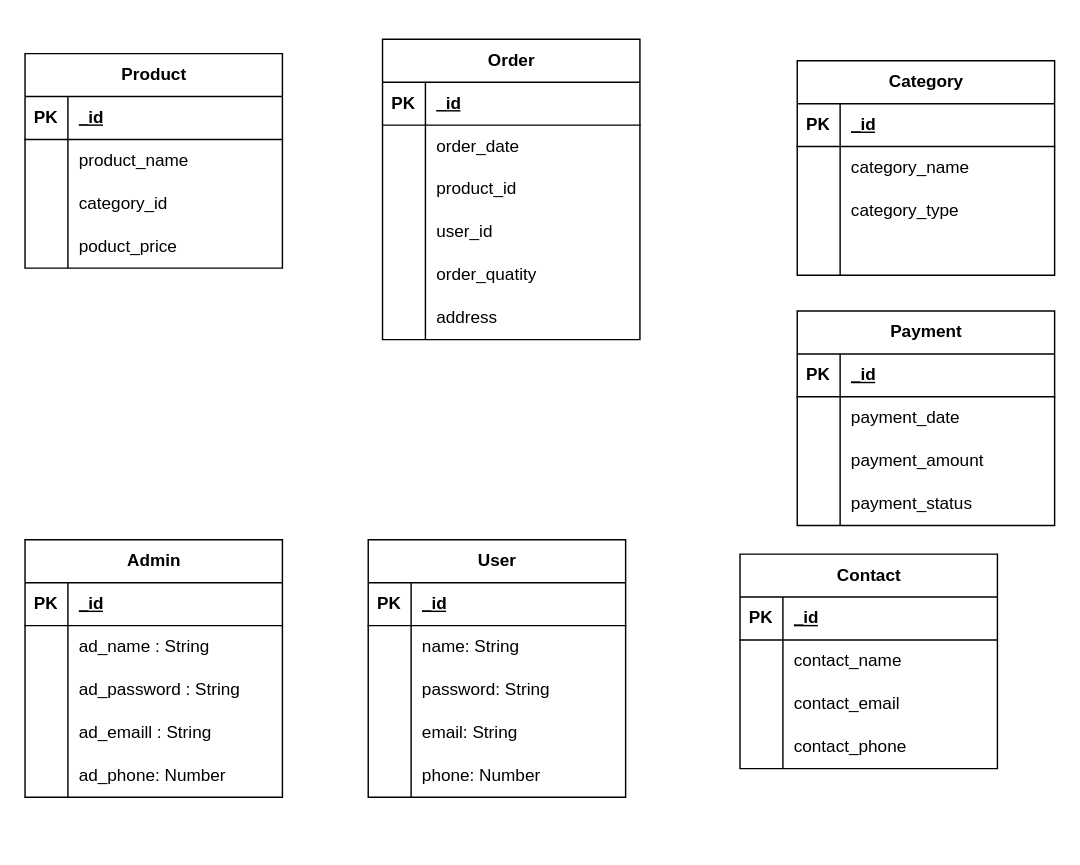
Earlier version of the draw.io diagram Online Shop.drawio (lucvo01/onlineSho-backend). Source tidied: cells renumbered, new cells numbered last; positions are measured from the earlier drawing's top-left corner, leaving out a move shared by most shapes. Both pictures are drawn from the tidied source at 143%, with x=0, y=0 at pixel (24, 39).
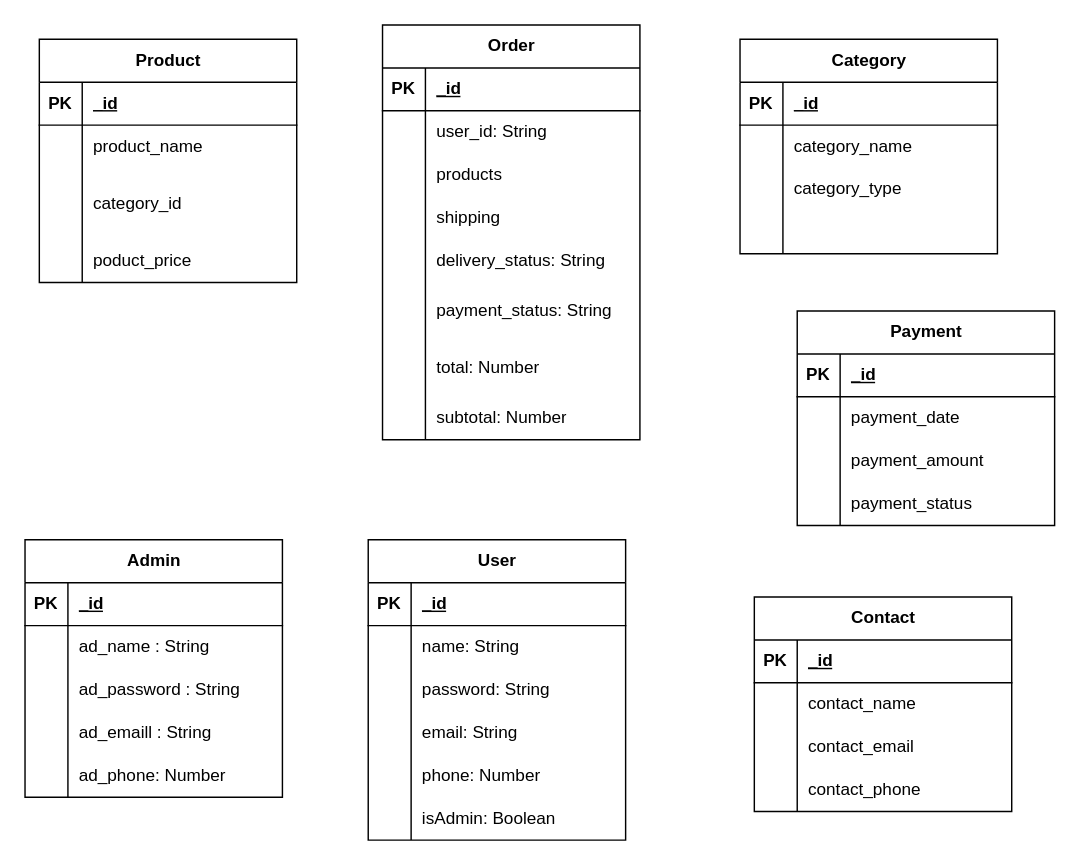
The same page after the edit.

What changed in the source:
```diff
@@
     <mxCell id="2" value="User" style="shape=table;startSize=30;childLayout=tableLayout;rowLines=0;fontStyle=1;align=center;html=1;" parent="1" vertex="1">
-      <mxGeometry x="240" y="350" width="180" height="180" as="geometry" />
+      <mxGeometry x="240" y="350" width="180" height="210" as="geometry" />
     </mxCell>
@@
+    <mxCell id="105" style="shape=tableRow;horizontal=0;startSize=0;swimlaneHead=0;swimlaneBody=0;fillColor=none;top=0;left=0;right=0;bottom=0;" parent="2" vertex="1">
+      <mxGeometry y="180" width="180" height="30" as="geometry" />
+    </mxCell>
+    <mxCell id="106" style="shape=partialRectangle;fillColor=none;top=0;left=0;bottom=0;right=0;overflow=hidden;whiteSpace=wrap;html=1;" parent="105" vertex="1">
+      <mxGeometry width="30" height="30" as="geometry" />
+    </mxCell>
+    <mxCell id="107" value="isAdmin: Boolean" style="shape=partialRectangle;fillColor=none;top=0;left=0;bottom=0;right=0;align=left;spacingLeft=6;overflow=hidden;whiteSpace=wrap;html=1;" parent="105" vertex="1">
+      <mxGeometry x="30" width="150" height="30" as="geometry" />
+    </mxCell>
     <mxCell id="18" value="Product" style="shape=table;startSize=30;childLayout=tableLayout;rowLines=0;fontStyle=1;align=center;html=1;" parent="1" vertex="1">
-      <mxGeometry y="10" width="180" height="150" as="geometry" />
+      <mxGeometry x="10" width="180" height="170" as="geometry" />
     </mxCell>
@@
     <mxCell id="25" style="shape=tableRow;horizontal=0;startSize=0;swimlaneHead=0;swimlaneBody=0;fillColor=none;top=0;left=0;right=0;bottom=0;" parent="18" vertex="1">
-      <mxGeometry y="90" width="180" height="30" as="geometry" />
+      <mxGeometry y="90" width="180" height="50" as="geometry" />
     </mxCell>
     <mxCell id="26" style="shape=partialRectangle;fillColor=none;top=0;left=0;bottom=0;right=0;overflow=hidden;whiteSpace=wrap;html=1;" parent="25" vertex="1">
-      <mxGeometry width="30" height="30" as="geometry" />
+      <mxGeometry width="30" height="50" as="geometry" />
     </mxCell>
     <mxCell id="27" value="category_id" style="shape=partialRectangle;fillColor=none;top=0;left=0;bottom=0;right=0;align=left;spacingLeft=6;overflow=hidden;whiteSpace=wrap;html=1;" parent="25" vertex="1">
-      <mxGeometry x="30" width="150" height="30" as="geometry" />
+      <mxGeometry x="30" width="150" height="50" as="geometry" />
     </mxCell>
     <mxCell id="28" style="shape=tableRow;horizontal=0;startSize=0;swimlaneHead=0;swimlaneBody=0;fillColor=none;top=0;left=0;right=0;bottom=0;" parent="18" vertex="1">
-      <mxGeometry y="120" width="180" height="30" as="geometry" />
+      <mxGeometry y="140" width="180" height="30" as="geometry" />
     </mxCell>
@@
     <mxCell id="31" value="Order" style="shape=table;startSize=30;childLayout=tableLayout;rowLines=0;fontStyle=1;align=center;html=1;" parent="1" vertex="1">
-      <mxGeometry x="250" width="180" height="210" as="geometry" />
+      <mxGeometry x="250" y="-10" width="180" height="290" as="geometry" />
     </mxCell>
@@
-    <mxCell id="35" style="shape=tableRow;horizontal=0;startSize=0;swimlaneHead=0;swimlaneBody=0;fillColor=none;top=0;left=0;right=0;bottom=0;" parent="31" vertex="1">
-      <mxGeometry y="60" width="180" height="30" as="geometry" />
-    </mxCell>
-    <mxCell id="36" style="shape=partialRectangle;fillColor=none;top=0;left=0;bottom=0;right=0;overflow=hidden;whiteSpace=wrap;html=1;" parent="35" vertex="1">
-      <mxGeometry width="30" height="30" as="geometry" />
-    </mxCell>
-    <mxCell id="37" value="order_date" style="shape=partialRectangle;fillColor=none;top=0;left=0;bottom=0;right=0;align=left;spacingLeft=6;overflow=hidden;whiteSpace=wrap;html=1;" parent="35" vertex="1">
-      <mxGeometry x="30" width="150" height="30" as="geometry" />
-    </mxCell>
-    <mxCell id="38" style="shape=tableRow;horizontal=0;startSize=0;swimlaneHead=0;swimlaneBody=0;fillColor=none;top=0;left=0;right=0;bottom=0;" parent="31" vertex="1">
-      <mxGeometry y="90" width="180" height="30" as="geometry" />
-    </mxCell>
-    <mxCell id="39" style="shape=partialRectangle;fillColor=none;top=0;left=0;bottom=0;right=0;overflow=hidden;whiteSpace=wrap;html=1;" parent="38" vertex="1">
-      <mxGeometry width="30" height="30" as="geometry" />
-    </mxCell>
-    <mxCell id="40" value="product_id" style="shape=partialRectangle;fillColor=none;top=0;left=0;bottom=0;right=0;align=left;spacingLeft=6;overflow=hidden;whiteSpace=wrap;html=1;" parent="38" vertex="1">
-      <mxGeometry x="30" width="150" height="30" as="geometry" />
-    </mxCell>
     <mxCell id="41" style="shape=tableRow;horizontal=0;startSize=0;swimlaneHead=0;swimlaneBody=0;fillColor=none;top=0;left=0;right=0;bottom=0;" parent="31" vertex="1">
-      <mxGeometry y="120" width="180" height="30" as="geometry" />
+      <mxGeometry y="60" width="180" height="30" as="geometry" />
     </mxCell>
@@
-    <mxCell id="43" value="user_id" style="shape=partialRectangle;fillColor=none;top=0;left=0;bottom=0;right=0;align=left;spacingLeft=6;overflow=hidden;whiteSpace=wrap;html=1;" parent="41" vertex="1">
+    <mxCell id="43" value="user_id: String" style="shape=partialRectangle;fillColor=none;top=0;left=0;bottom=0;right=0;align=left;spacingLeft=6;overflow=hidden;whiteSpace=wrap;html=1;" parent="41" vertex="1">
       <mxGeometry x="30" width="150" height="30" as="geometry" />
     </mxCell>
     <mxCell id="44" style="shape=tableRow;horizontal=0;startSize=0;swimlaneHead=0;swimlaneBody=0;fillColor=none;top=0;left=0;right=0;bottom=0;" parent="31" vertex="1">
-      <mxGeometry y="150" width="180" height="30" as="geometry" />
+      <mxGeometry y="90" width="180" height="30" as="geometry" />
     </mxCell>
@@
-    <mxCell id="46" value="order_quatity" style="shape=partialRectangle;fillColor=none;top=0;left=0;bottom=0;right=0;align=left;spacingLeft=6;overflow=hidden;whiteSpace=wrap;html=1;" parent="44" vertex="1">
+    <mxCell id="46" value="products" style="shape=partialRectangle;fillColor=none;top=0;left=0;bottom=0;right=0;align=left;spacingLeft=6;overflow=hidden;whiteSpace=wrap;html=1;" parent="44" vertex="1">
       <mxGeometry x="30" width="150" height="30" as="geometry" />
     </mxCell>
     <mxCell id="47" style="shape=tableRow;horizontal=0;startSize=0;swimlaneHead=0;swimlaneBody=0;fillColor=none;top=0;left=0;right=0;bottom=0;" parent="31" vertex="1">
-      <mxGeometry y="180" width="180" height="30" as="geometry" />
+      <mxGeometry y="120" width="180" height="30" as="geometry" />
     </mxCell>
@@
-    <mxCell id="49" value="address" style="shape=partialRectangle;fillColor=none;top=0;left=0;bottom=0;right=0;align=left;spacingLeft=6;overflow=hidden;whiteSpace=wrap;html=1;" parent="47" vertex="1">
+    <mxCell id="49" value="shipping" style="shape=partialRectangle;fillColor=none;top=0;left=0;bottom=0;right=0;align=left;spacingLeft=6;overflow=hidden;whiteSpace=wrap;html=1;" parent="47" vertex="1">
       <mxGeometry x="30" width="150" height="30" as="geometry" />
     </mxCell>
+    <mxCell id="108" style="shape=tableRow;horizontal=0;startSize=0;swimlaneHead=0;swimlaneBody=0;fillColor=none;top=0;left=0;right=0;bottom=0;" parent="31" vertex="1">
+      <mxGeometry y="150" width="180" height="30" as="geometry" />
+    </mxCell>
+    <mxCell id="109" style="shape=partialRectangle;fillColor=none;top=0;left=0;bottom=0;right=0;overflow=hidden;whiteSpace=wrap;html=1;" parent="108" vertex="1">
+      <mxGeometry width="30" height="30" as="geometry" />
+    </mxCell>
+    <mxCell id="110" value="delivery_status: String" style="shape=partialRectangle;fillColor=none;top=0;left=0;bottom=0;right=0;align=left;spacingLeft=6;overflow=hidden;whiteSpace=wrap;html=1;" parent="108" vertex="1">
+      <mxGeometry x="30" width="150" height="30" as="geometry" />
+    </mxCell>
+    <mxCell id="38" style="shape=tableRow;horizontal=0;startSize=0;swimlaneHead=0;swimlaneBody=0;fillColor=none;top=0;left=0;right=0;bottom=0;" parent="31" vertex="1">
+      <mxGeometry y="180" width="180" height="40" as="geometry" />
+    </mxCell>
+    <mxCell id="39" style="shape=partialRectangle;fillColor=none;top=0;left=0;bottom=0;right=0;overflow=hidden;whiteSpace=wrap;html=1;" parent="38" vertex="1">
+      <mxGeometry width="30" height="40" as="geometry" />
+    </mxCell>
+    <mxCell id="40" value="payment_status: String" style="shape=partialRectangle;fillColor=none;top=0;left=0;bottom=0;right=0;align=left;spacingLeft=6;overflow=hidden;whiteSpace=wrap;html=1;" parent="38" vertex="1">
+      <mxGeometry x="30" width="150" height="40" as="geometry" />
+    </mxCell>
+    <mxCell id="35" style="shape=tableRow;horizontal=0;startSize=0;swimlaneHead=0;swimlaneBody=0;fillColor=none;top=0;left=0;right=0;bottom=0;" parent="31" vertex="1">
+      <mxGeometry y="220" width="180" height="40" as="geometry" />
+    </mxCell>
+    <mxCell id="36" style="shape=partialRectangle;fillColor=none;top=0;left=0;bottom=0;right=0;overflow=hidden;whiteSpace=wrap;html=1;" parent="35" vertex="1">
+      <mxGeometry width="30" height="40" as="geometry" />
+    </mxCell>
+    <mxCell id="37" value="total: Number" style="shape=partialRectangle;fillColor=none;top=0;left=0;bottom=0;right=0;align=left;spacingLeft=6;overflow=hidden;whiteSpace=wrap;html=1;" parent="35" vertex="1">
+      <mxGeometry x="30" width="150" height="40" as="geometry" />
+    </mxCell>
+    <mxCell id="111" style="shape=tableRow;horizontal=0;startSize=0;swimlaneHead=0;swimlaneBody=0;fillColor=none;top=0;left=0;right=0;bottom=0;" parent="31" vertex="1">
+      <mxGeometry y="260" width="180" height="30" as="geometry" />
+    </mxCell>
+    <mxCell id="112" style="shape=partialRectangle;fillColor=none;top=0;left=0;bottom=0;right=0;overflow=hidden;whiteSpace=wrap;html=1;" parent="111" vertex="1">
+      <mxGeometry width="30" height="30" as="geometry" />
+    </mxCell>
+    <mxCell id="113" value="subtotal: Number" style="shape=partialRectangle;fillColor=none;top=0;left=0;bottom=0;right=0;align=left;spacingLeft=6;overflow=hidden;whiteSpace=wrap;html=1;" parent="111" vertex="1">
+      <mxGeometry x="30" width="150" height="30" as="geometry" />
+    </mxCell>
@@
     <mxCell id="66" value="Contact" style="shape=table;startSize=30;childLayout=tableLayout;rowLines=0;fontStyle=1;align=center;html=1;" parent="1" vertex="1">
-      <mxGeometry x="500" y="360" width="180" height="150" as="geometry" />
+      <mxGeometry x="510" y="390" width="180" height="150" as="geometry" />
     </mxCell>
@@
     <mxCell id="79" value="Category" style="shape=table;startSize=30;childLayout=tableLayout;rowLines=0;fontStyle=1;align=center;html=1;" parent="1" vertex="1">
-      <mxGeometry x="540" y="15" width="180" height="150" as="geometry" />
+      <mxGeometry x="500" width="180" height="150" as="geometry" />
     </mxCell>
```
